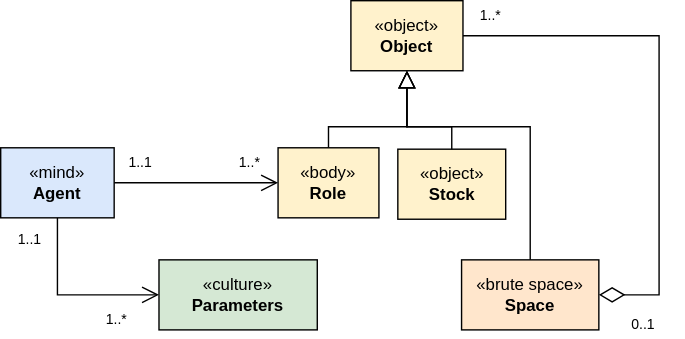
Earlier version of the draw.io export docs/diagrams/masq_meta_model.drawio.svg (MalcomChumchouaPenda/MC-AB-SFC2). Source tidied: cells renumbered, new cells last; positions are measured from the earlier drawing's top-left corner, leaving out a move shared by most shapes. Source of this version:
```xml
<mxGraphModel>
  <root>
    <mxCell id="0" />
    <mxCell id="1" parent="0" />
    <mxCell id="2" value="1..*" style="text;html=1;align=center;verticalAlign=middle;whiteSpace=wrap;rounded=0;fontSize=10;strokeColor=none;fontStyle=0;" parent="1" vertex="1">
      <mxGeometry x="335" width="30" height="20" as="geometry" />
    </mxCell>
    <mxCell id="3" value="0..1" style="text;html=1;align=center;verticalAlign=middle;whiteSpace=wrap;rounded=0;fontSize=10;strokeColor=none;fontStyle=0;" parent="1" vertex="1">
      <mxGeometry x="444" y="221" width="30" height="20" as="geometry" />
    </mxCell>
    <mxCell id="4" style="edgeStyle=orthogonalEdgeStyle;html=1;exitX=0.5;exitY=1;exitDx=0;exitDy=0;endArrow=open;endFill=0;endSize=10;startSize=10;strokeColor=#000000;entryX=0;entryY=0.5;entryDx=0;entryDy=0;rounded=0;curved=0;" parent="1" edge="1" source="6" target="8">
      <mxGeometry relative="1" as="geometry" />
    </mxCell>
    <mxCell id="5" style="edgeStyle=none;html=1;entryX=0;entryY=0.5;entryDx=0;entryDy=0;endArrow=open;endFill=0;endSize=10;startSize=10;strokeColor=#000000;fontStyle=1;" parent="1" edge="1" source="6" target="7">
      <mxGeometry relative="1" as="geometry" />
    </mxCell>
    <mxCell id="6" value="«mind»&lt;br&gt;&lt;b&gt;Agent&lt;/b&gt;" style="html=1;whiteSpace=wrap;fillColor=#dae8fc;strokeColor=#000000;" parent="1" vertex="1">
      <mxGeometry y="105" width="81" height="50" as="geometry" />
    </mxCell>
    <mxCell id="7" value="«body»&lt;br&gt;&lt;b&gt;Role&lt;/b&gt;" style="html=1;whiteSpace=wrap;fillColor=#fff2cc;strokeColor=#000000;" parent="1" vertex="1">
      <mxGeometry x="198" y="105" width="72" height="50" as="geometry" />
    </mxCell>
    <mxCell id="8" value="«culture»&lt;br&gt;&lt;b&gt;Parameters&lt;/b&gt;" style="html=1;whiteSpace=wrap;fillColor=#d5e8d4;strokeColor=#000000;" parent="1" vertex="1">
      <mxGeometry x="113" y="185" width="113" height="50" as="geometry" />
    </mxCell>
    <mxCell id="9" style="edgeStyle=orthogonalEdgeStyle;html=1;entryX=1;entryY=0.5;entryDx=0;entryDy=0;rounded=0;exitX=1;exitY=0.5;exitDx=0;exitDy=0;strokeColor=#000000;endArrow=none;endFill=0;startArrow=diamondThin;startFill=0;endSize=16;startSize=16;" parent="1" edge="1" source="10" target="19">
      <mxGeometry relative="1" as="geometry">
        <Array as="points">
          <mxPoint x="470" y="210" />
          <mxPoint x="470" y="25" />
        </Array>
      </mxGeometry>
    </mxCell>
    <mxCell id="10" value="«brute space»&lt;br&gt;&lt;b&gt;Space&lt;/b&gt;" style="html=1;whiteSpace=wrap;fillColor=#ffe6cc;strokeColor=#000000;" parent="1" vertex="1">
      <mxGeometry x="329" y="185" width="98" height="50" as="geometry" />
    </mxCell>
    <mxCell id="11" value="«object»&lt;br&gt;&lt;b&gt;Stock&lt;/b&gt;" style="html=1;whiteSpace=wrap;fillColor=#fff2cc;strokeColor=#000000;" parent="1" vertex="1">
      <mxGeometry x="283.5" y="106" width="77" height="50" as="geometry" />
    </mxCell>
    <mxCell id="12" value="1..1" style="text;html=1;align=center;verticalAlign=middle;whiteSpace=wrap;rounded=0;fontSize=10;strokeColor=none;fontStyle=0;" parent="1" vertex="1">
      <mxGeometry x="85" y="105" width="30" height="20" as="geometry" />
    </mxCell>
    <mxCell id="13" value="1..*" style="text;html=1;align=center;verticalAlign=middle;whiteSpace=wrap;rounded=0;fontSize=10;strokeColor=none;fontStyle=0;" parent="1" vertex="1">
      <mxGeometry x="163" y="105" width="30" height="20" as="geometry" />
    </mxCell>
    <mxCell id="14" value="1..1" style="text;html=1;align=center;verticalAlign=middle;whiteSpace=wrap;rounded=0;fontSize=10;strokeColor=none;fontStyle=0;" parent="1" vertex="1">
      <mxGeometry x="6" y="160" width="30" height="20" as="geometry" />
    </mxCell>
    <mxCell id="15" value="1..*" style="text;html=1;align=center;verticalAlign=middle;whiteSpace=wrap;rounded=0;fontSize=10;strokeColor=none;fontStyle=0;" parent="1" vertex="1">
      <mxGeometry x="68" y="217" width="30" height="20" as="geometry" />
    </mxCell>
    <mxCell id="16" style="edgeStyle=orthogonalEdgeStyle;html=1;exitX=0.5;exitY=1;exitDx=0;exitDy=0;entryX=0.5;entryY=0;entryDx=0;entryDy=0;startArrow=block;startFill=0;endArrow=none;endFill=0;rounded=0;strokeColor=#000000;endSize=10;startSize=10;" parent="1" edge="1" source="19" target="7">
      <mxGeometry relative="1" as="geometry">
        <Array as="points">
          <mxPoint x="290" y="90" />
          <mxPoint x="234" y="90" />
        </Array>
      </mxGeometry>
    </mxCell>
    <mxCell id="17" style="html=1;entryX=0.5;entryY=0;entryDx=0;entryDy=0;exitX=0.5;exitY=1;exitDx=0;exitDy=0;startArrow=block;startFill=0;endArrow=none;endFill=0;rounded=0;strokeColor=#000000;endSize=10;startSize=10;edgeStyle=orthogonalEdgeStyle;" parent="1" edge="1" source="19" target="11">
      <mxGeometry relative="1" as="geometry">
        <Array as="points">
          <mxPoint x="290" y="90" />
          <mxPoint x="322" y="90" />
        </Array>
      </mxGeometry>
    </mxCell>
    <mxCell id="18" style="edgeStyle=orthogonalEdgeStyle;html=1;entryX=0.5;entryY=0;entryDx=0;entryDy=0;exitX=0.5;exitY=1;exitDx=0;exitDy=0;startArrow=block;startFill=0;endArrow=none;endFill=0;rounded=0;strokeColor=#000000;endSize=10;startSize=10;" parent="1" edge="1" source="19" target="10">
      <mxGeometry relative="1" as="geometry">
        <Array as="points">
          <mxPoint x="290" y="90" />
          <mxPoint x="378" y="90" />
        </Array>
      </mxGeometry>
    </mxCell>
    <mxCell id="19" value="«object»&lt;br&gt;&lt;b&gt;Object&lt;/b&gt;" style="html=1;whiteSpace=wrap;fillColor=#fff2cc;strokeColor=#000000;" parent="1" vertex="1">
      <mxGeometry x="250" width="80" height="50" as="geometry" />
    </mxCell>
  </root>
</mxGraphModel>
```
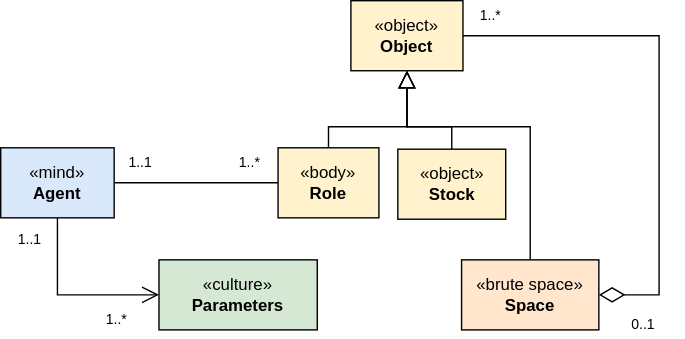
Later version of the same file.

What changed in the source:
```diff
@@ -11,7 +11,7 @@
     <mxCell id="4" style="edgeStyle=orthogonalEdgeStyle;html=1;exitX=0.5;exitY=1;exitDx=0;exitDy=0;endArrow=open;endFill=0;endSize=10;startSize=10;strokeColor=#000000;entryX=0;entryY=0.5;entryDx=0;entryDy=0;rounded=0;curved=0;" parent="1" edge="1" source="6" target="8">
       <mxGeometry relative="1" as="geometry" />
     </mxCell>
-    <mxCell id="5" style="edgeStyle=none;html=1;entryX=0;entryY=0.5;entryDx=0;entryDy=0;endArrow=open;endFill=0;endSize=10;startSize=10;strokeColor=#000000;fontStyle=1;" parent="1" edge="1" source="6" target="7">
+    <mxCell id="5" style="edgeStyle=none;html=1;entryX=0;entryY=0.5;entryDx=0;entryDy=0;endArrow=none;endFill=0;endSize=10;startSize=10;strokeColor=#000000;fontStyle=1;" parent="1" edge="1" source="6" target="7">
       <mxGeometry relative="1" as="geometry" />
     </mxCell>
     <mxCell id="6" value="«mind»&lt;br&gt;&lt;b&gt;Agent&lt;/b&gt;" style="html=1;whiteSpace=wrap;fillColor=#dae8fc;strokeColor=#000000;" parent="1" vertex="1">
```
